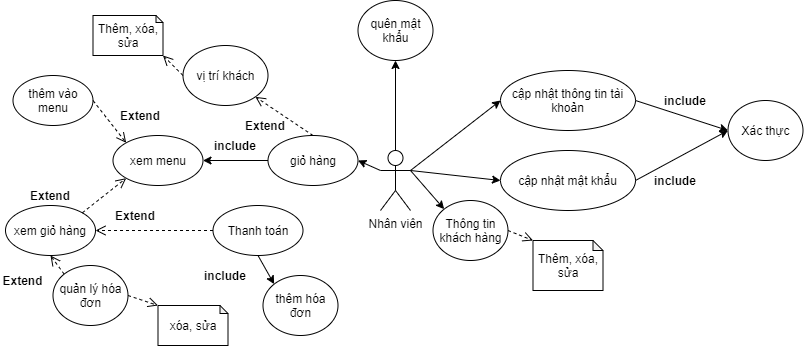
This is Sơ đồ/nhân viên.png from 518H0090/FinalProjectAndroid, a draw.io export, as it was before one commit. Source tidied: cells renumbered, new cells last; positions are measured from the earlier drawing's top-left corner, leaving out a move shared by most shapes. The source it was exported from:
```xml
<mxGraphModel>
  <root>
    <mxCell id="0" />
    <mxCell id="1" parent="0" />
    <mxCell id="2" style="edgeStyle=orthogonalEdgeStyle;rounded=0;jettySize=auto;html=1;entryX=0.5;entryY=1;entryDx=0;entryDy=0;entryPerimeter=0;" parent="1" edge="1" source="3" target="23">
      <mxGeometry relative="1" as="geometry" />
    </mxCell>
    <mxCell id="3" value="Nhân viên" style="shape=umlActor;verticalLabelPosition=bottom;verticalAlign=top;html=1;outlineConnect=0;" parent="1" vertex="1">
      <mxGeometry x="380" y="150" width="30" height="60" as="geometry" />
    </mxCell>
    <mxCell id="4" value="vị trí khách" style="ellipse;whiteSpace=wrap;html=1;" parent="1" vertex="1">
      <mxGeometry x="182.5" y="45" width="85" height="60" as="geometry" />
    </mxCell>
    <mxCell id="5" value="Thêm, xóa, sửa" style="shape=note;whiteSpace=wrap;html=1;backgroundOutline=1;darkOpacity=0.05;size=7;" parent="1" vertex="1">
      <mxGeometry x="92.5" y="15" width="70" height="40" as="geometry" />
    </mxCell>
    <mxCell id="6" style="html=1;verticalAlign=bottom;endArrow=open;dashed=1;endSize=8;entryX=1;entryY=1;entryDx=0;entryDy=0;exitX=0;exitY=0.5;exitDx=0;exitDy=0;entryPerimeter=0;" parent="1" edge="1" source="4" target="5">
      <mxGeometry relative="1" as="geometry" />
    </mxCell>
    <mxCell id="7" value="cập nhật thông tin tài khoản" style="ellipse;whiteSpace=wrap;html=1;" parent="1" vertex="1">
      <mxGeometry x="500" y="70" width="135" height="60" as="geometry" />
    </mxCell>
    <mxCell id="8" value="cập nhật mật khẩu" style="ellipse;whiteSpace=wrap;html=1;" parent="1" vertex="1">
      <mxGeometry x="500" y="150" width="135" height="60" as="geometry" />
    </mxCell>
    <mxCell id="9" value="thêm hóa đơn" style="ellipse;whiteSpace=wrap;html=1;" parent="1" vertex="1">
      <mxGeometry x="262.5" y="275" width="75" height="60" as="geometry" />
    </mxCell>
    <mxCell id="10" value="Thông tin khách hàng" style="ellipse;whiteSpace=wrap;html=1;" parent="1" vertex="1">
      <mxGeometry x="432.5" y="200" width="75" height="60" as="geometry" />
    </mxCell>
    <mxCell id="11" value="Thêm, xóa, sửa" style="shape=note;whiteSpace=wrap;html=1;backgroundOutline=1;darkOpacity=0.05;size=10;" parent="1" vertex="1">
      <mxGeometry x="532.5" y="240" width="70" height="50" as="geometry" />
    </mxCell>
    <mxCell id="12" style="html=1;verticalAlign=bottom;endArrow=open;dashed=1;endSize=8;exitX=1;exitY=0.5;exitDx=0;exitDy=0;entryX=0;entryY=0;entryDx=0;entryDy=0;entryPerimeter=0;" parent="1" edge="1" source="10" target="11">
      <mxGeometry relative="1" as="geometry" />
    </mxCell>
    <mxCell id="13" style="endArrow=classic;html=1;exitX=1;exitY=0.3333333333333333;exitDx=0;exitDy=0;exitPerimeter=0;entryX=0;entryY=0;entryDx=0;entryDy=0;" parent="1" edge="1" source="3" target="10">
      <mxGeometry relative="1" as="geometry" />
    </mxCell>
    <mxCell id="14" style="endArrow=classic;html=1;entryX=0;entryY=0.5;entryDx=0;entryDy=0;exitX=1;exitY=0.5;exitDx=0;exitDy=0;" parent="1" edge="1" source="7" target="24">
      <mxGeometry relative="1" as="geometry" />
    </mxCell>
    <mxCell id="15" style="endArrow=classic;html=1;entryX=0;entryY=0.5;entryDx=0;entryDy=0;exitX=1;exitY=0.5;exitDx=0;exitDy=0;" parent="1" edge="1" source="8" target="24">
      <mxGeometry relative="1" as="geometry" />
    </mxCell>
    <mxCell id="16" value="giỏ hàng" style="ellipse;whiteSpace=wrap;html=1;" parent="1" vertex="1">
      <mxGeometry x="267.5" y="135" width="90" height="50" as="geometry" />
    </mxCell>
    <mxCell id="17" style="html=1;verticalAlign=bottom;endArrow=open;dashed=1;endSize=8;exitX=0.5;exitY=0;exitDx=0;exitDy=0;entryX=1;entryY=1;entryDx=0;entryDy=0;" parent="1" edge="1" source="16" target="4">
      <mxGeometry relative="1" as="geometry" />
    </mxCell>
    <mxCell id="18" value="Extend" style="text;align=center;fontStyle=1;verticalAlign=middle;spacingLeft=3;spacingRight=3;strokeColor=none;" parent="1" vertex="1">
      <mxGeometry x="242.5" y="115" width="45" height="20" as="geometry" />
    </mxCell>
    <mxCell id="19" value="Thanh toán" style="ellipse;whiteSpace=wrap;html=1;" parent="1" vertex="1">
      <mxGeometry x="212.5" y="205" width="90" height="50" as="geometry" />
    </mxCell>
    <mxCell id="20" value="include" style="text;align=center;fontStyle=1;verticalAlign=middle;spacingLeft=3;spacingRight=3;strokeColor=none;" parent="1" vertex="1">
      <mxGeometry x="202.5" y="265" width="45" height="20" as="geometry" />
    </mxCell>
    <mxCell id="21" style="endArrow=classic;html=1;entryX=0;entryY=0;entryDx=0;entryDy=0;exitX=0.5;exitY=1;exitDx=0;exitDy=0;" parent="1" edge="1" source="19" target="9">
      <mxGeometry relative="1" as="geometry" />
    </mxCell>
    <mxCell id="22" style="endArrow=classic;html=1;entryX=1;entryY=0.5;entryDx=0;entryDy=0;exitX=0;exitY=0.3333333333333333;exitDx=0;exitDy=0;exitPerimeter=0;" parent="1" edge="1" source="3" target="16">
      <mxGeometry relative="1" as="geometry" />
    </mxCell>
    <mxCell id="23" value="quên mật khẩu" style="ellipse;whiteSpace=wrap;html=1;" parent="1" vertex="1">
      <mxGeometry x="357.5" width="75" height="60" as="geometry" />
    </mxCell>
    <mxCell id="24" value="Xác thực" style="ellipse;whiteSpace=wrap;html=1;" parent="1" vertex="1">
      <mxGeometry x="727.5" y="100" width="75" height="60" as="geometry" />
    </mxCell>
    <mxCell id="25" value="include" style="text;align=center;fontStyle=1;verticalAlign=middle;spacingLeft=3;spacingRight=3;strokeColor=none;" parent="1" vertex="1">
      <mxGeometry x="652.5" y="170" width="45" height="20" as="geometry" />
    </mxCell>
    <mxCell id="26" value="include" style="text;align=center;fontStyle=1;verticalAlign=middle;spacingLeft=3;spacingRight=3;strokeColor=none;" parent="1" vertex="1">
      <mxGeometry x="662.5" y="90" width="45" height="20" as="geometry" />
    </mxCell>
    <mxCell id="27" style="endArrow=classic;html=1;entryX=0;entryY=0.5;entryDx=0;entryDy=0;exitX=1;exitY=0.3333333333333333;exitDx=0;exitDy=0;exitPerimeter=0;" parent="1" edge="1" source="3" target="7">
      <mxGeometry relative="1" as="geometry" />
    </mxCell>
    <mxCell id="28" style="endArrow=classic;html=1;entryX=0;entryY=0.5;entryDx=0;entryDy=0;exitX=1;exitY=0.3333333333333333;exitDx=0;exitDy=0;exitPerimeter=0;" parent="1" edge="1" source="3" target="8">
      <mxGeometry relative="1" as="geometry" />
    </mxCell>
    <mxCell id="29" value="xem menu" style="ellipse;whiteSpace=wrap;html=1;" parent="1" vertex="1">
      <mxGeometry x="112.5" y="135" width="90" height="50" as="geometry" />
    </mxCell>
    <mxCell id="30" style="endArrow=classic;html=1;entryX=1;entryY=0.5;entryDx=0;entryDy=0;exitX=0;exitY=0.5;exitDx=0;exitDy=0;" parent="1" edge="1" source="16" target="29">
      <mxGeometry relative="1" as="geometry" />
    </mxCell>
    <mxCell id="31" value="include" style="text;align=center;fontStyle=1;verticalAlign=middle;spacingLeft=3;spacingRight=3;strokeColor=none;" parent="1" vertex="1">
      <mxGeometry x="212.5" y="135" width="45" height="20" as="geometry" />
    </mxCell>
    <mxCell id="32" value="thêm vào menu" style="ellipse;whiteSpace=wrap;html=1;" parent="1" vertex="1">
      <mxGeometry x="12.5" y="75" width="80" height="50" as="geometry" />
    </mxCell>
    <mxCell id="33" style="html=1;verticalAlign=bottom;endArrow=open;dashed=1;endSize=8;exitX=1;exitY=0.5;exitDx=0;exitDy=0;entryX=0;entryY=0;entryDx=0;entryDy=0;" parent="1" edge="1" source="32" target="29">
      <mxGeometry relative="1" as="geometry" />
    </mxCell>
    <mxCell id="34" value="Extend" style="text;align=center;fontStyle=1;verticalAlign=middle;spacingLeft=3;spacingRight=3;strokeColor=none;" parent="1" vertex="1">
      <mxGeometry x="117.5" y="105" width="45" height="20" as="geometry" />
    </mxCell>
    <mxCell id="35" value="xem giỏ hàng" style="ellipse;whiteSpace=wrap;html=1;" parent="1" vertex="1">
      <mxGeometry x="5" y="205" width="90" height="50" as="geometry" />
    </mxCell>
    <mxCell id="36" value="Extend" style="text;align=center;fontStyle=1;verticalAlign=middle;spacingLeft=3;spacingRight=3;strokeColor=none;" parent="1" vertex="1">
      <mxGeometry x="27.5" y="185" width="45" height="20" as="geometry" />
    </mxCell>
    <mxCell id="37" style="html=1;verticalAlign=bottom;endArrow=open;dashed=1;endSize=8;exitX=1;exitY=0;exitDx=0;exitDy=0;entryX=0;entryY=1;entryDx=0;entryDy=0;" parent="1" edge="1" source="35" target="29">
      <mxGeometry relative="1" as="geometry" />
    </mxCell>
    <mxCell id="38" style="html=1;verticalAlign=bottom;endArrow=open;dashed=1;endSize=8;exitX=0;exitY=0.5;exitDx=0;exitDy=0;entryX=1;entryY=0.5;entryDx=0;entryDy=0;" parent="1" edge="1" source="19" target="35">
      <mxGeometry relative="1" as="geometry" />
    </mxCell>
    <mxCell id="39" value="Extend" style="text;align=center;fontStyle=1;verticalAlign=middle;spacingLeft=3;spacingRight=3;strokeColor=none;" parent="1" vertex="1">
      <mxGeometry x="112.5" y="205" width="45" height="20" as="geometry" />
    </mxCell>
    <mxCell id="40" value="quản lý hóa đơn" style="ellipse;whiteSpace=wrap;html=1;" parent="1" vertex="1">
      <mxGeometry x="52.5" y="265" width="75" height="60" as="geometry" />
    </mxCell>
    <mxCell id="41" style="html=1;verticalAlign=bottom;endArrow=open;dashed=1;endSize=8;entryX=0;entryY=0;entryDx=0;entryDy=0;exitX=1;exitY=0.5;exitDx=0;exitDy=0;entryPerimeter=0;" parent="1" edge="1" source="40" target="42">
      <mxGeometry relative="1" as="geometry" />
    </mxCell>
    <mxCell id="42" value="xóa, sửa" style="shape=note;whiteSpace=wrap;html=1;backgroundOutline=1;darkOpacity=0.05;size=8;" parent="1" vertex="1">
      <mxGeometry x="157.5" y="305" width="70" height="40" as="geometry" />
    </mxCell>
    <mxCell id="43" style="html=1;verticalAlign=bottom;endArrow=open;dashed=1;endSize=8;exitX=0;exitY=0;exitDx=0;exitDy=0;entryX=0.5;entryY=1;entryDx=0;entryDy=0;" parent="1" edge="1" source="40" target="35">
      <mxGeometry relative="1" as="geometry" />
    </mxCell>
    <mxCell id="44" value="Extend" style="text;align=center;fontStyle=1;verticalAlign=middle;spacingLeft=3;spacingRight=3;strokeColor=none;" parent="1" vertex="1">
      <mxGeometry y="270" width="45" height="20" as="geometry" />
    </mxCell>
  </root>
</mxGraphModel>
```
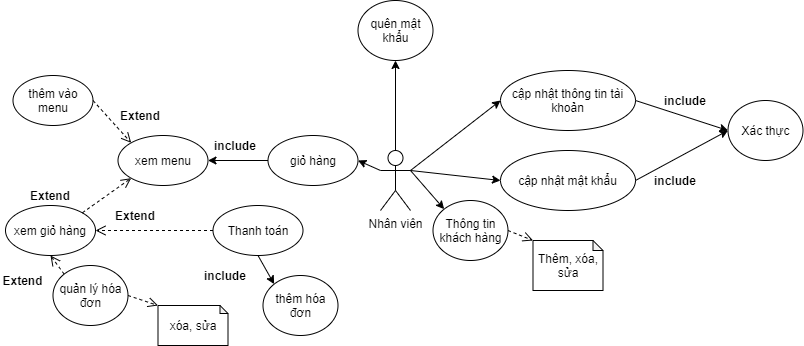
The same file after the commit.

Change to the diagram source:
```diff
@@ -8,15 +8,6 @@
     <mxCell id="3" value="Nhân viên" style="shape=umlActor;verticalLabelPosition=bottom;verticalAlign=top;html=1;outlineConnect=0;" parent="1" vertex="1">
       <mxGeometry x="380" y="150" width="30" height="60" as="geometry" />
     </mxCell>
-    <mxCell id="4" value="vị trí khách" style="ellipse;whiteSpace=wrap;html=1;" parent="1" vertex="1">
-      <mxGeometry x="182.5" y="45" width="85" height="60" as="geometry" />
-    </mxCell>
-    <mxCell id="5" value="Thêm, xóa, sửa" style="shape=note;whiteSpace=wrap;html=1;backgroundOutline=1;darkOpacity=0.05;size=7;" parent="1" vertex="1">
-      <mxGeometry x="92.5" y="15" width="70" height="40" as="geometry" />
-    </mxCell>
-    <mxCell id="6" style="html=1;verticalAlign=bottom;endArrow=open;dashed=1;endSize=8;entryX=1;entryY=1;entryDx=0;entryDy=0;exitX=0;exitY=0.5;exitDx=0;exitDy=0;entryPerimeter=0;" parent="1" edge="1" source="4" target="5">
-      <mxGeometry relative="1" as="geometry" />
-    </mxCell>
     <mxCell id="7" value="cập nhật thông tin tài khoản" style="ellipse;whiteSpace=wrap;html=1;" parent="1" vertex="1">
       <mxGeometry x="500" y="70" width="135" height="60" as="geometry" />
     </mxCell>
@@ -47,12 +38,6 @@
     <mxCell id="16" value="giỏ hàng" style="ellipse;whiteSpace=wrap;html=1;" parent="1" vertex="1">
       <mxGeometry x="267.5" y="135" width="90" height="50" as="geometry" />
     </mxCell>
-    <mxCell id="17" style="html=1;verticalAlign=bottom;endArrow=open;dashed=1;endSize=8;exitX=0.5;exitY=0;exitDx=0;exitDy=0;entryX=1;entryY=1;entryDx=0;entryDy=0;" parent="1" edge="1" source="16" target="4">
-      <mxGeometry relative="1" as="geometry" />
-    </mxCell>
-    <mxCell id="18" value="Extend" style="text;align=center;fontStyle=1;verticalAlign=middle;spacingLeft=3;spacingRight=3;strokeColor=none;" parent="1" vertex="1">
-      <mxGeometry x="242.5" y="115" width="45" height="20" as="geometry" />
-    </mxCell>
     <mxCell id="19" value="Thanh toán" style="ellipse;whiteSpace=wrap;html=1;" parent="1" vertex="1">
       <mxGeometry x="212.5" y="205" width="90" height="50" as="geometry" />
     </mxCell>
@@ -84,7 +69,7 @@
       <mxGeometry relative="1" as="geometry" />
     </mxCell>
     <mxCell id="29" value="xem menu" style="ellipse;whiteSpace=wrap;html=1;" parent="1" vertex="1">
-      <mxGeometry x="112.5" y="135" width="90" height="50" as="geometry" />
+      <mxGeometry x="117.5" y="135" width="90" height="50" as="geometry" />
     </mxCell>
     <mxCell id="30" style="endArrow=classic;html=1;entryX=1;entryY=0.5;entryDx=0;entryDy=0;exitX=0;exitY=0.5;exitDx=0;exitDy=0;" parent="1" edge="1" source="16" target="29">
       <mxGeometry relative="1" as="geometry" />
```
